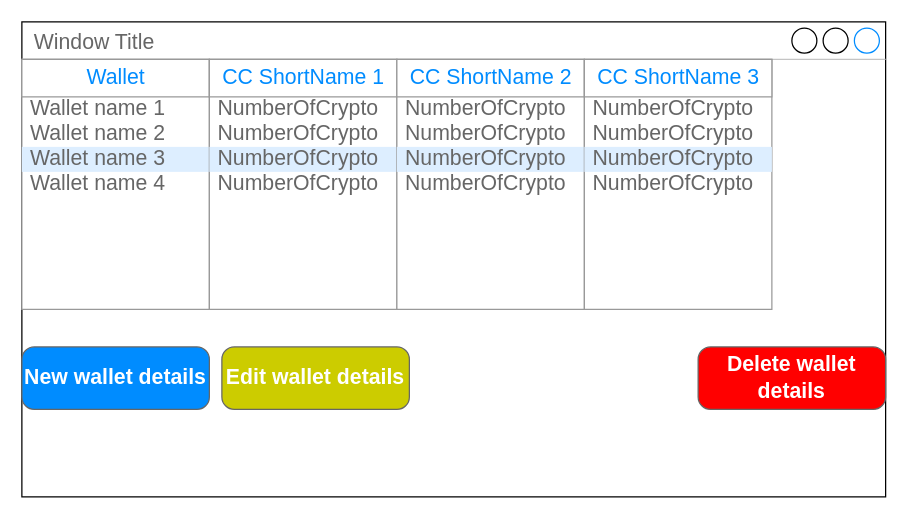
Before: Documentation/Mockups/OverviewWallet.drawio in Total1880/OlavCrypto, a draw.io diagram. Source tidied: cells renumbered, new cells numbered last; positions are measured from the earlier drawing's top-left corner, leaving out a move shared by most shapes. Both pictures are drawn from the tidied source at 125%, with x=0, y=0 at pixel (21, 21).
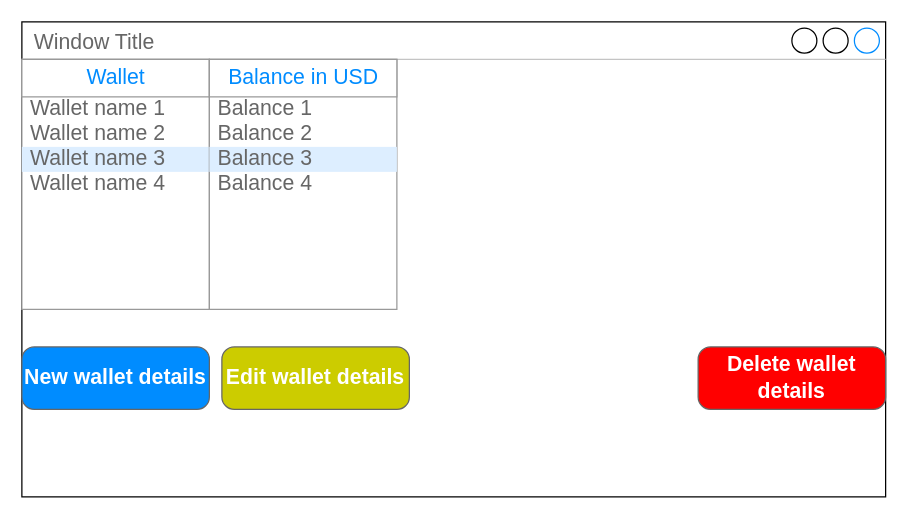
After the change.

Commit message (it also covers changes not shown here):
Show balance per wallet

Diff of the diagram source:
```diff
@@
-    <mxCell id="9" style="strokeWidth=1;shadow=0;dashed=0;align=center;html=1;shape=mxgraph.mockup.forms.rrect;rSize=0;strokeColor=#999999;fillColor=#ffffff;" parent="1" vertex="1">
-      <mxGeometry x="150" y="30" width="150" height="200" as="geometry" />
-    </mxCell>
-    <mxCell id="10" value="CC ShortName 1" style="strokeWidth=1;shadow=0;dashed=0;align=center;html=1;shape=mxgraph.mockup.forms.rrect;rSize=0;strokeColor=#999999;fontColor=#008cff;fontSize=17;fillColor=#ffffff;" parent="9" vertex="1">
-      <mxGeometry width="150" height="30" relative="1" as="geometry" />
-    </mxCell>
-    <mxCell id="11" value="NumberOfCrypto" style="strokeWidth=1;shadow=0;dashed=0;align=center;html=1;shape=mxgraph.mockup.forms.anchor;fontSize=17;fontColor=#666666;align=left;spacingLeft=5;" parent="9" vertex="1">
-      <mxGeometry width="150" height="20" relative="1" as="geometry">
-        <mxPoint y="30" as="offset" />
-      </mxGeometry>
-    </mxCell>
-    <mxCell id="12" value="NumberOfCrypto" style="strokeWidth=1;shadow=0;dashed=0;align=center;html=1;shape=mxgraph.mockup.forms.anchor;fontSize=17;fontColor=#666666;align=left;spacingLeft=5;" parent="9" vertex="1">
-      <mxGeometry width="150" height="20" relative="1" as="geometry">
-        <mxPoint y="50" as="offset" />
-      </mxGeometry>
-    </mxCell>
-    <mxCell id="13" value="NumberOfCrypto" style="strokeWidth=1;shadow=0;dashed=0;align=center;html=1;shape=mxgraph.mockup.forms.rrect;rSize=0;fontSize=17;fontColor=#666666;align=left;spacingLeft=5;fillColor=#ddeeff;strokeColor=none;" parent="9" vertex="1">
-      <mxGeometry width="150" height="20" relative="1" as="geometry">
-        <mxPoint y="70" as="offset" />
-      </mxGeometry>
-    </mxCell>
-    <mxCell id="14" value="NumberOfCrypto" style="strokeWidth=1;shadow=0;dashed=0;align=center;html=1;shape=mxgraph.mockup.forms.anchor;fontSize=17;fontColor=#666666;align=left;spacingLeft=5;" parent="9" vertex="1">
-      <mxGeometry width="150" height="20" relative="1" as="geometry">
-        <mxPoint y="90" as="offset" />
-      </mxGeometry>
-    </mxCell>
-    <mxCell id="15" style="strokeWidth=1;shadow=0;dashed=0;align=center;html=1;shape=mxgraph.mockup.forms.rrect;rSize=0;strokeColor=#999999;fillColor=#ffffff;" parent="1" vertex="1">
-      <mxGeometry x="300" y="30" width="150" height="200" as="geometry" />
-    </mxCell>
-    <mxCell id="16" value="CC ShortName 2" style="strokeWidth=1;shadow=0;dashed=0;align=center;html=1;shape=mxgraph.mockup.forms.rrect;rSize=0;strokeColor=#999999;fontColor=#008cff;fontSize=17;fillColor=#ffffff;" parent="15" vertex="1">
-      <mxGeometry width="150" height="30" relative="1" as="geometry" />
-    </mxCell>
-    <mxCell id="17" value="NumberOfCrypto" style="strokeWidth=1;shadow=0;dashed=0;align=center;html=1;shape=mxgraph.mockup.forms.anchor;fontSize=17;fontColor=#666666;align=left;spacingLeft=5;" parent="15" vertex="1">
-      <mxGeometry width="150" height="20" relative="1" as="geometry">
-        <mxPoint y="30" as="offset" />
-      </mxGeometry>
-    </mxCell>
-    <mxCell id="18" value="NumberOfCrypto" style="strokeWidth=1;shadow=0;dashed=0;align=center;html=1;shape=mxgraph.mockup.forms.anchor;fontSize=17;fontColor=#666666;align=left;spacingLeft=5;" parent="15" vertex="1">
-      <mxGeometry width="150" height="20" relative="1" as="geometry">
-        <mxPoint y="50" as="offset" />
-      </mxGeometry>
-    </mxCell>
-    <mxCell id="19" value="NumberOfCrypto" style="strokeWidth=1;shadow=0;dashed=0;align=center;html=1;shape=mxgraph.mockup.forms.rrect;rSize=0;fontSize=17;fontColor=#666666;align=left;spacingLeft=5;fillColor=#ddeeff;strokeColor=none;" parent="15" vertex="1">
-      <mxGeometry width="150" height="20" relative="1" as="geometry">
-        <mxPoint y="70" as="offset" />
-      </mxGeometry>
-    </mxCell>
-    <mxCell id="20" value="NumberOfCrypto" style="strokeWidth=1;shadow=0;dashed=0;align=center;html=1;shape=mxgraph.mockup.forms.anchor;fontSize=17;fontColor=#666666;align=left;spacingLeft=5;" parent="15" vertex="1">
-      <mxGeometry width="150" height="20" relative="1" as="geometry">
-        <mxPoint y="90" as="offset" />
-      </mxGeometry>
-    </mxCell>
-    <mxCell id="21" style="strokeWidth=1;shadow=0;dashed=0;align=center;html=1;shape=mxgraph.mockup.forms.rrect;rSize=0;strokeColor=#999999;fillColor=#ffffff;" parent="1" vertex="1">
-      <mxGeometry x="450" y="30" width="150" height="200" as="geometry" />
-    </mxCell>
-    <mxCell id="22" value="CC ShortName 3" style="strokeWidth=1;shadow=0;dashed=0;align=center;html=1;shape=mxgraph.mockup.forms.rrect;rSize=0;strokeColor=#999999;fontColor=#008cff;fontSize=17;fillColor=#ffffff;" parent="21" vertex="1">
-      <mxGeometry width="150" height="30" relative="1" as="geometry" />
-    </mxCell>
-    <mxCell id="23" value="NumberOfCrypto" style="strokeWidth=1;shadow=0;dashed=0;align=center;html=1;shape=mxgraph.mockup.forms.anchor;fontSize=17;fontColor=#666666;align=left;spacingLeft=5;" parent="21" vertex="1">
-      <mxGeometry width="150" height="20" relative="1" as="geometry">
-        <mxPoint y="30" as="offset" />
-      </mxGeometry>
-    </mxCell>
-    <mxCell id="24" value="NumberOfCrypto" style="strokeWidth=1;shadow=0;dashed=0;align=center;html=1;shape=mxgraph.mockup.forms.anchor;fontSize=17;fontColor=#666666;align=left;spacingLeft=5;" parent="21" vertex="1">
-      <mxGeometry width="150" height="20" relative="1" as="geometry">
-        <mxPoint y="50" as="offset" />
-      </mxGeometry>
-    </mxCell>
-    <mxCell id="25" value="NumberOfCrypto" style="strokeWidth=1;shadow=0;dashed=0;align=center;html=1;shape=mxgraph.mockup.forms.rrect;rSize=0;fontSize=17;fontColor=#666666;align=left;spacingLeft=5;fillColor=#ddeeff;strokeColor=none;" parent="21" vertex="1">
-      <mxGeometry width="150" height="20" relative="1" as="geometry">
-        <mxPoint y="70" as="offset" />
-      </mxGeometry>
-    </mxCell>
-    <mxCell id="26" value="NumberOfCrypto" style="strokeWidth=1;shadow=0;dashed=0;align=center;html=1;shape=mxgraph.mockup.forms.anchor;fontSize=17;fontColor=#666666;align=left;spacingLeft=5;" parent="21" vertex="1">
-      <mxGeometry width="150" height="20" relative="1" as="geometry">
-        <mxPoint y="90" as="offset" />
-      </mxGeometry>
-    </mxCell>
@@
+    <mxCell id="9" style="strokeWidth=1;shadow=0;dashed=0;align=center;html=1;shape=mxgraph.mockup.forms.rrect;rSize=0;strokeColor=#999999;fillColor=#ffffff;" parent="1" vertex="1">
+      <mxGeometry x="150" y="30" width="150" height="200" as="geometry" />
+    </mxCell>
+    <mxCell id="30" value="Balance in USD" style="strokeWidth=1;shadow=0;dashed=0;align=center;html=1;shape=mxgraph.mockup.forms.rrect;rSize=0;strokeColor=#999999;fontColor=#008cff;fontSize=17;fillColor=#ffffff;" parent="9" vertex="1">
+      <mxGeometry width="150" height="30" relative="1" as="geometry" />
+    </mxCell>
+    <mxCell id="31" value="Balance 1" style="strokeWidth=1;shadow=0;dashed=0;align=center;html=1;shape=mxgraph.mockup.forms.anchor;fontSize=17;fontColor=#666666;align=left;spacingLeft=5;" parent="9" vertex="1">
+      <mxGeometry width="150" height="20" relative="1" as="geometry">
+        <mxPoint y="30" as="offset" />
+      </mxGeometry>
+    </mxCell>
+    <mxCell id="32" value="Balance 2" style="strokeWidth=1;shadow=0;dashed=0;align=center;html=1;shape=mxgraph.mockup.forms.anchor;fontSize=17;fontColor=#666666;align=left;spacingLeft=5;" parent="9" vertex="1">
+      <mxGeometry width="150" height="20" relative="1" as="geometry">
+        <mxPoint y="50" as="offset" />
+      </mxGeometry>
+    </mxCell>
+    <mxCell id="33" value="Balance 3" style="strokeWidth=1;shadow=0;dashed=0;align=center;html=1;shape=mxgraph.mockup.forms.rrect;rSize=0;fontSize=17;fontColor=#666666;align=left;spacingLeft=5;fillColor=#ddeeff;strokeColor=none;" parent="9" vertex="1">
+      <mxGeometry width="150" height="20" relative="1" as="geometry">
+        <mxPoint y="70" as="offset" />
+      </mxGeometry>
+    </mxCell>
+    <mxCell id="34" value="Balance 4" style="strokeWidth=1;shadow=0;dashed=0;align=center;html=1;shape=mxgraph.mockup.forms.anchor;fontSize=17;fontColor=#666666;align=left;spacingLeft=5;" parent="9" vertex="1">
+      <mxGeometry width="150" height="20" relative="1" as="geometry">
+        <mxPoint y="90" as="offset" />
+      </mxGeometry>
+    </mxCell>
```
